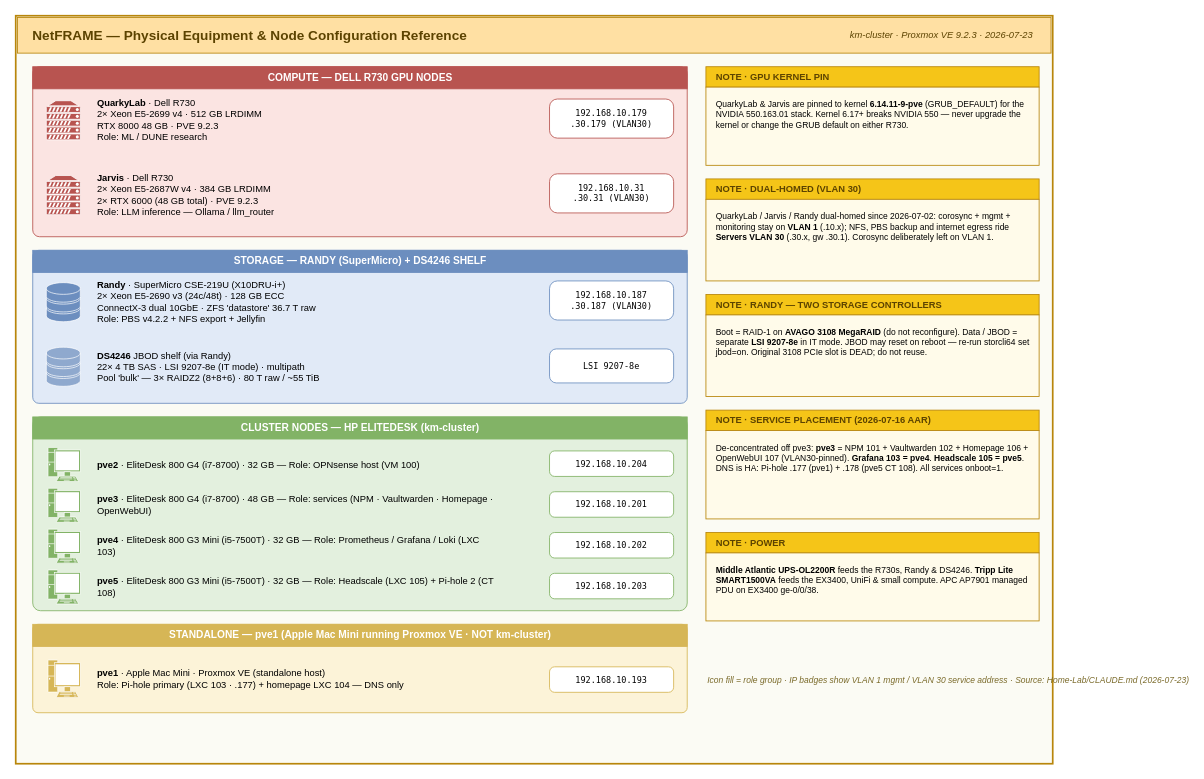
The draw.io diagram page "Node Configuration Reference" (1 of 7) of netframe-architecture-poster.drawio in machismo0311/Home-Lab, before the edit. Source tidied: cells renumbered, new cells numbered last; positions are measured from the earlier drawing's top-left corner, leaving out a move shared by most shapes. Both pictures are drawn from the tidied source at 85%, with x=0, y=0 at pixel (15, 15).
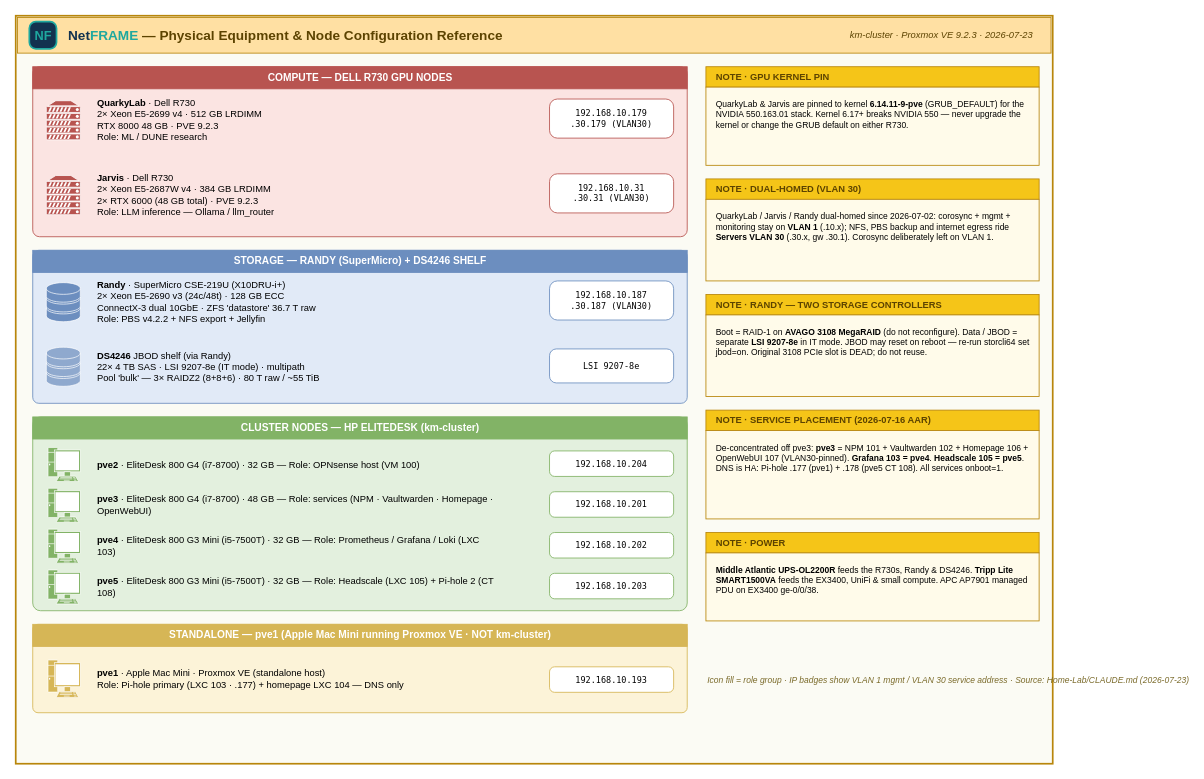
The same page after the edit.

Commit message (it also covers changes not shown here):
Add NetFRAME logo lockup to poster title bars + data-center hero image

The edit, as a diff of the source:
```diff
@@
-    <mxCell id="3" value="NetFRAME  —  Physical Equipment &amp; Node Configuration Reference" style="text;html=1;fillColor=#FFE0A3;strokeColor=#B8860B;fontStyle=1;fontSize=16;align=left;verticalAlign=middle;spacingLeft=16;fontColor=#5C4300;" parent="1" vertex="1">
+    <mxCell id="3" value="&lt;b&gt;&lt;font color=&quot;#12324F&quot;&gt;Net&lt;/font&gt;&lt;font color=&quot;#1FA89F&quot;&gt;FRAME&lt;/font&gt;&lt;/b&gt;  —  Physical Equipment &amp; Node Configuration Reference" style="text;html=1;fillColor=#FFE0A3;strokeColor=#B8860B;fontStyle=1;fontSize=16;align=left;verticalAlign=middle;spacingLeft=58;fontColor=#5C4300;" parent="1" vertex="1">
       <mxGeometry x="2" y="2" width="1216" height="42" as="geometry" />
     </mxCell>
+    <mxCell id="51" style="rounded=1;arcSize=24;whiteSpace=wrap;html=1;fillColor=#12324F;strokeColor=#1FA89F;strokeWidth=2;" parent="1" vertex="1">
+      <mxGeometry x="16" y="7" width="32" height="32" as="geometry" />
+    </mxCell>
+    <mxCell id="52" value="NF" style="text;html=1;fillColor=none;strokeColor=none;fontColor=#1FA89F;fontStyle=1;fontSize=15;align=center;verticalAlign=middle;" parent="1" vertex="1">
+      <mxGeometry x="16" y="7" width="32" height="32" as="geometry" />
+    </mxCell>
```
